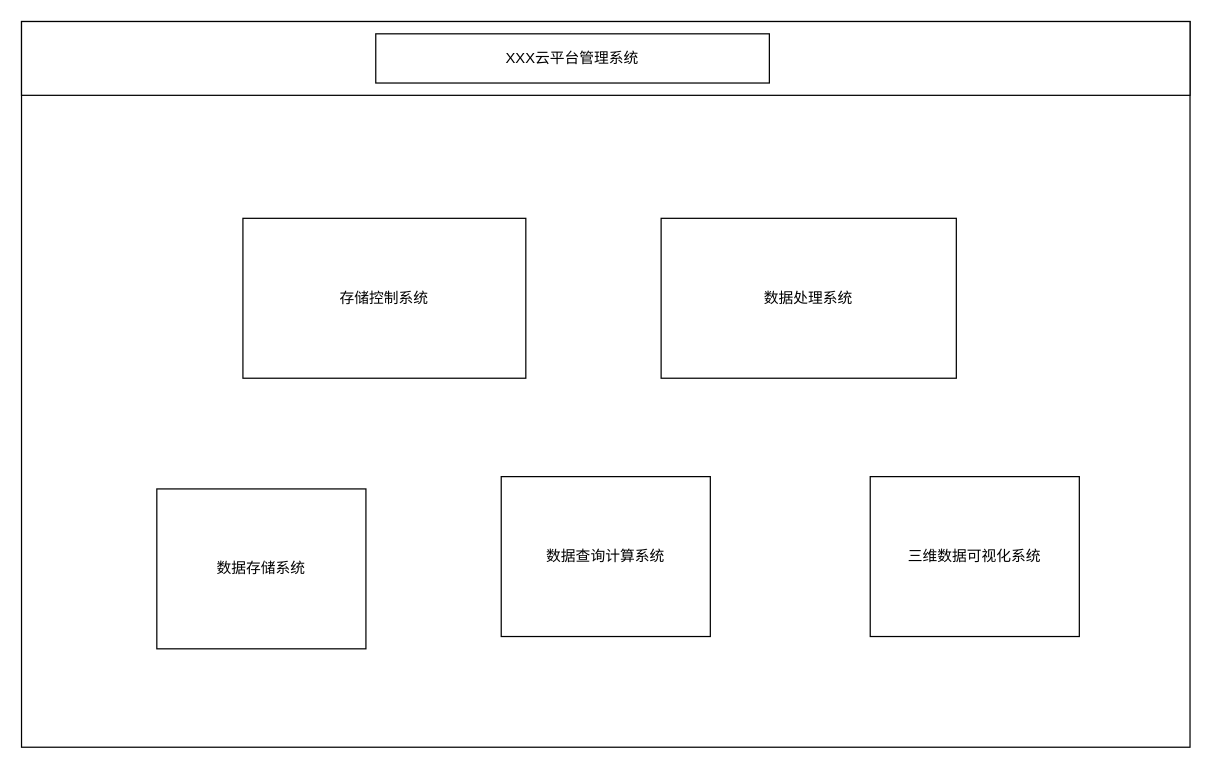
wdmlsx/xunjian keeps this draw.io diagram as 云平台.drawio. Above is the earlier version. Source tidied: cells renumbered, new cells numbered last; positions are measured from the earlier drawing's top-left corner, leaving out a move shared by most shapes. Both pictures are drawn from the tidied source at 123%, with x=0, y=0 at pixel (21, 21).
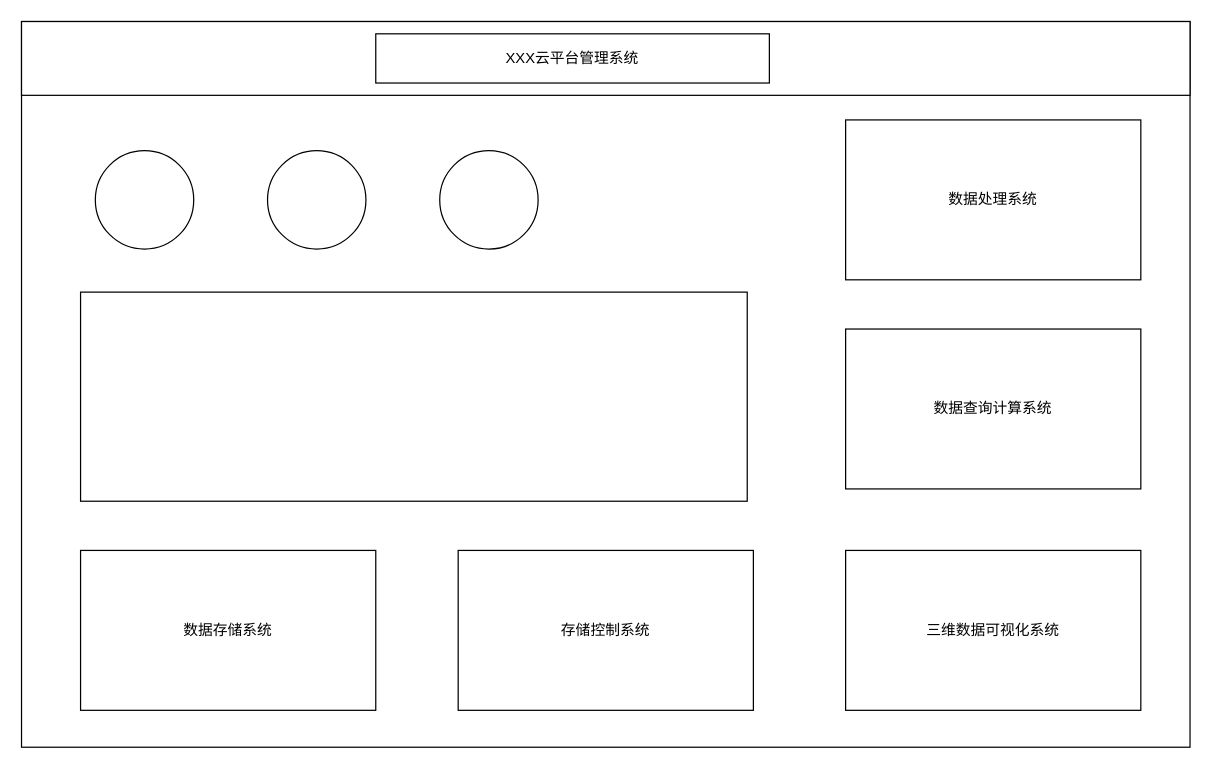
After the change.

Commit message (it also covers changes not shown here):
更新云平台.drawio

What changed in the source:
```diff
@@
 <mxGraphModel>
   <root>
     <mxCell id="0" />
     <mxCell id="1" parent="0" />
     <mxCell id="2" style="rounded=0;whiteSpace=wrap;html=1;" parent="1" vertex="1">
       <mxGeometry width="950" height="590" as="geometry" />
     </mxCell>
     <mxCell id="3" value="数据存储系统" style="rounded=0;whiteSpace=wrap;html=1;" parent="1" vertex="1">
-      <mxGeometry x="110" y="380" width="170" height="130" as="geometry" />
+      <mxGeometry x="48" y="430" width="240" height="130" as="geometry" />
     </mxCell>
     <mxCell id="4" value="数据查询计算系统" style="rounded=0;whiteSpace=wrap;html=1;" parent="1" vertex="1">
-      <mxGeometry x="390" y="370" width="170" height="130" as="geometry" />
+      <mxGeometry x="670" y="250" width="240" height="130" as="geometry" />
     </mxCell>
     <mxCell id="5" value="三维数据可视化系统" style="rounded=0;whiteSpace=wrap;html=1;" parent="1" vertex="1">
-      <mxGeometry x="690" y="370" width="170" height="130" as="geometry" />
+      <mxGeometry x="670" y="430" width="240" height="130" as="geometry" />
     </mxCell>
     <mxCell id="6" value="数据处理系统" style="rounded=0;whiteSpace=wrap;html=1;" parent="1" vertex="1">
-      <mxGeometry x="520" y="160" width="240" height="130" as="geometry" />
+      <mxGeometry x="670" y="80" width="240" height="130" as="geometry" />
     </mxCell>
     <mxCell id="7" value="存储控制系统" style="rounded=0;whiteSpace=wrap;html=1;" parent="1" vertex="1">
-      <mxGeometry x="180" y="160" width="230" height="130" as="geometry" />
+      <mxGeometry x="355" y="430" width="240" height="130" as="geometry" />
     </mxCell>
     <mxCell id="8" style="rounded=0;whiteSpace=wrap;html=1;" parent="1" vertex="1">
       <mxGeometry width="950" height="60" as="geometry" />
     </mxCell>
     <mxCell id="9" value="XXX云平台管理系统" style="rounded=0;whiteSpace=wrap;html=1;align=center;" parent="1" vertex="1">
       <mxGeometry x="288" y="10" width="320" height="40" as="geometry" />
     </mxCell>
+    <mxCell id="10" style="ellipse;whiteSpace=wrap;html=1;" parent="1" vertex="1">
+      <mxGeometry x="60" y="105" width="80" height="80" as="geometry" />
+    </mxCell>
+    <mxCell id="11" style="ellipse;whiteSpace=wrap;html=1;" parent="1" vertex="1">
+      <mxGeometry x="200" y="105" width="80" height="80" as="geometry" />
+    </mxCell>
+    <mxCell id="12" style="ellipse;whiteSpace=wrap;html=1;" parent="1" vertex="1">
+      <mxGeometry x="340" y="105" width="80" height="80" as="geometry" />
+    </mxCell>
+    <mxCell id="13" style="rounded=0;whiteSpace=wrap;html=1;" parent="1" vertex="1">
+      <mxGeometry x="48" y="220" width="542" height="170" as="geometry" />
+    </mxCell>
   </root>
 </mxGraphModel>
```
